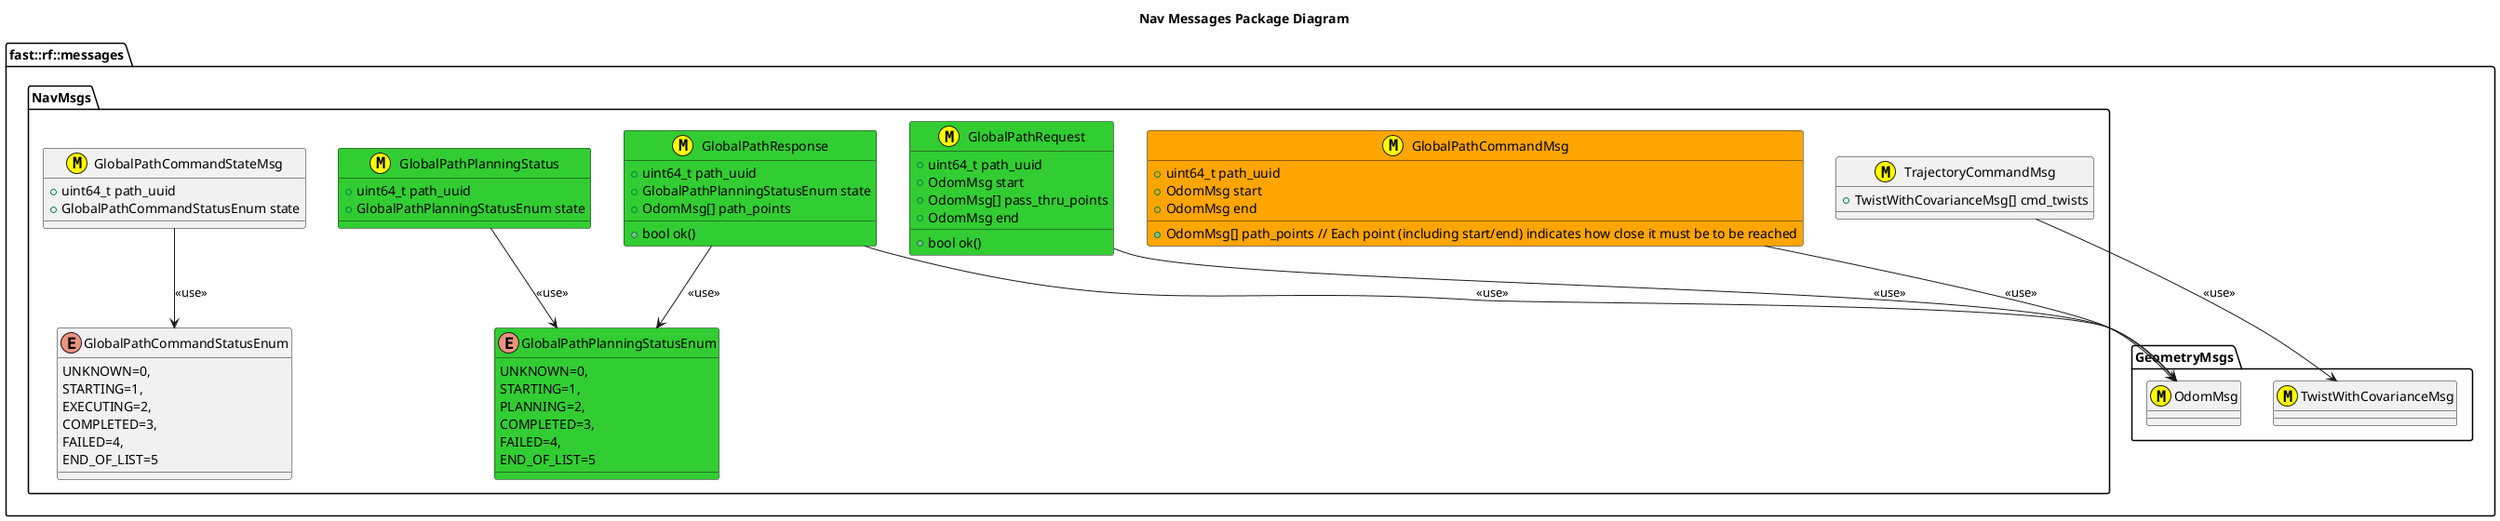
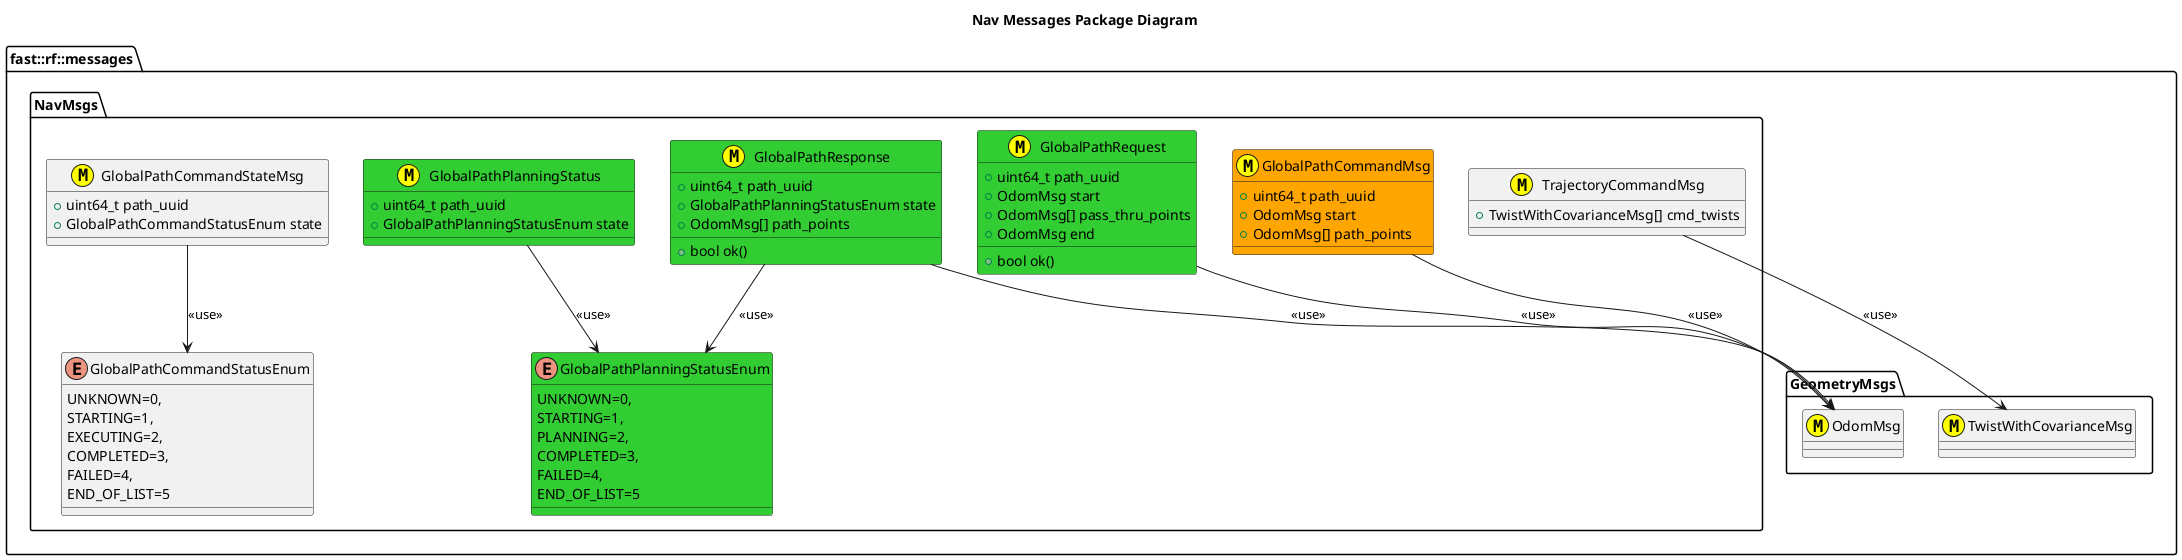
@startuml
title Nav Messages Package Diagram

namespace fast::rf::messages {
  namespace GeometryMsgs {
    class OdomMsg <<(M,#FFFF00)>>
    class TwistWithCovarianceMsg <<(M,#FFFF00)>>
  }
  namespace NavMsgs  {
    class GlobalPathRequest <<(M,#FFFF00)>> #LimeGreen {
      +uint64_t path_uuid
      +OdomMsg start
      +OdomMsg[] pass_thru_points
      +OdomMsg end
      +bool ok()

    }
    enum GlobalPathPlanningStatusEnum #LimeGreen
    {
      UNKNOWN=0,
      STARTING=1,
      PLANNING=2,
      COMPLETED=3,
      FAILED=4,
      END_OF_LIST=5

    }
    GlobalPathRequest --> OdomMsg: <<use>>
    class GlobalPathResponse <<(M,#FFFF00)>> #LimeGreen {
      +uint64_t path_uuid
      +GlobalPathPlanningStatusEnum state
      +OdomMsg[] path_points
      +bool ok()
    }
    GlobalPathResponse --> OdomMsg: <<use>>
    GlobalPathResponse --> GlobalPathPlanningStatusEnum: <<use>>
    class GlobalPathPlanningStatus <<(M,#FFFF00)>> #LimeGreen {
      +uint64_t path_uuid
      +GlobalPathPlanningStatusEnum state
    }
    GlobalPathPlanningStatus --> GlobalPathPlanningStatusEnum: <<use>>

    class GlobalPathCommandMsg <<(M,#FFFF00)>> #Orange {
      +uint64_t path_uuid
      +OdomMsg start
-       +OdomMsg[] path_points // Each point (including start/end) indicates how close it must be to be reached
-       +OdomMsg end
+       +OdomMsg[] path_points
    }
    GlobalPathCommandMsg --> OdomMsg: <<use>>
    enum GlobalPathCommandStatusEnum
    {
      UNKNOWN=0,
      STARTING=1,
      EXECUTING=2,
      COMPLETED=3,
      FAILED=4,
      END_OF_LIST=5

    }
    class GlobalPathCommandStateMsg <<(M,#FFFF00)>> {
      +uint64_t path_uuid
      +GlobalPathCommandStatusEnum state
    }
    GlobalPathCommandStateMsg --> GlobalPathCommandStatusEnum: <<use>>
    class TrajectoryCommandMsg <<(M,#FFFF00)>> {
      +TwistWithCovarianceMsg[] cmd_twists
    }
    TrajectoryCommandMsg --> TwistWithCovarianceMsg: <<use>>

  }
}
@enduml